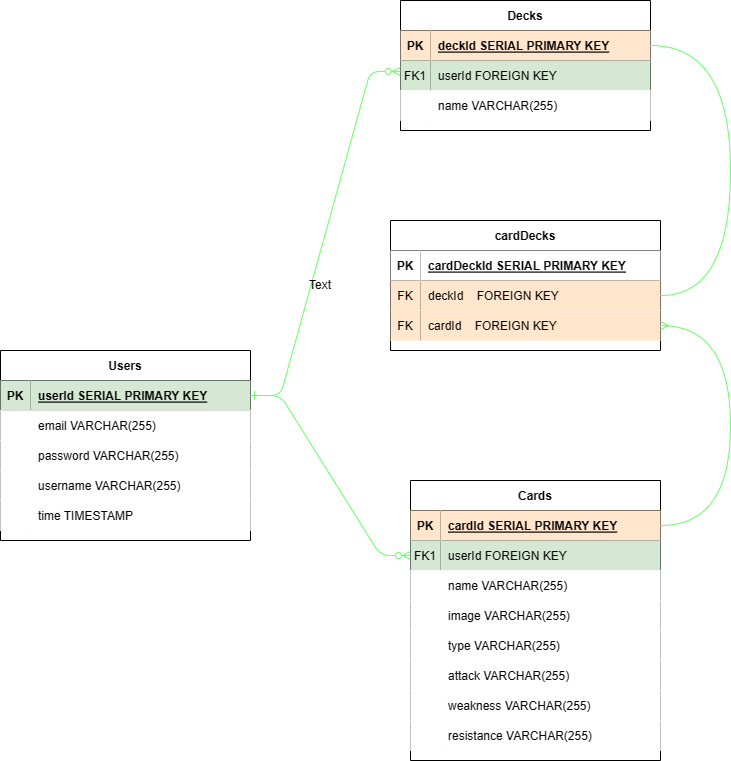
Above: erd.drawio.png in JonDmc/PokeTCG (draw.io), before the change. Source tidied: cells renumbered, new cells last; positions are measured from the earlier drawing's top-left corner, leaving out a move shared by most shapes.
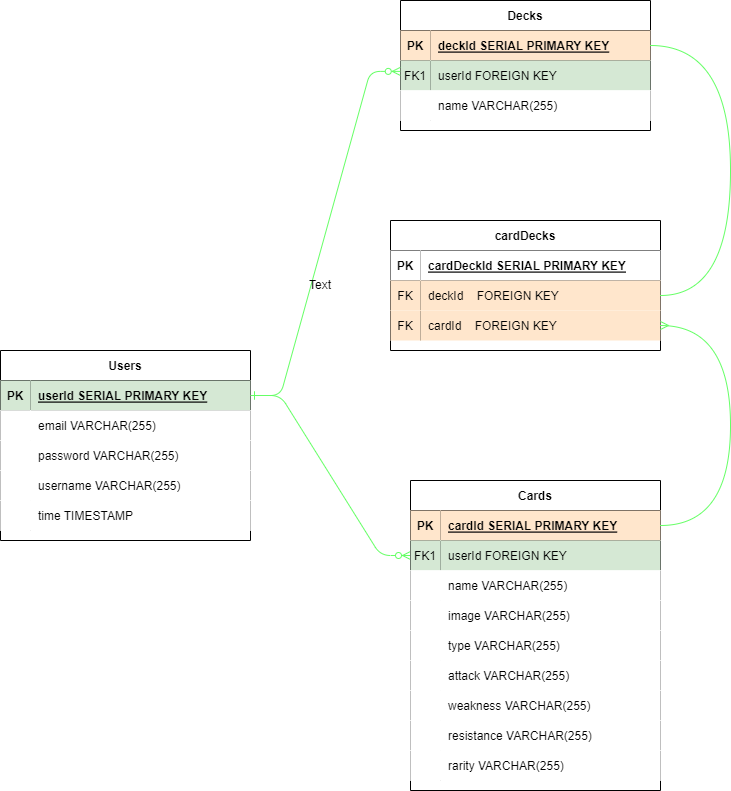
After the commit.

Diff of the diagram source:
```diff
@@ -6,7 +6,7 @@
       <mxGeometry relative="1" as="geometry" />
     </mxCell>
     <mxCell id="3" value="Cards" style="shape=table;startSize=30;rowLines=0;fontStyle=1;align=center;" parent="1" vertex="1">
-      <mxGeometry x="410" y="480" width="250" height="280" as="geometry" />
+      <mxGeometry x="410" y="480" width="250" height="310" as="geometry" />
     </mxCell>
     <mxCell id="4" style="shape=partialRectangle;fillColor=none;points=[[0,0.5],[1,0.5]];portConstraint=eastwest;top=0;left=0;right=0;bottom=1;" parent="3" vertex="1">
       <mxGeometry y="30" width="250" height="30" as="geometry" />
@@ -80,6 +80,15 @@
     <mxCell id="27" value="resistance VARCHAR(255)" style="shape=partialRectangle;top=0;left=0;bottom=0;right=0;align=left;spacingLeft=6;overflow=hidden;" parent="25" vertex="1">
       <mxGeometry x="30" width="220" height="30" as="geometry" />
     </mxCell>
+    <mxCell id="68" style="shape=tableRow;horizontal=0;startSize=0;swimlaneHead=0;swimlaneBody=0;top=0;left=0;right=0;bottom=0;" parent="3" vertex="1">
+      <mxGeometry y="270" width="250" height="30" as="geometry" />
+    </mxCell>
+    <mxCell id="69" style="shape=partialRectangle;top=0;left=0;bottom=0;right=0;overflow=hidden;" parent="68" vertex="1">
+      <mxGeometry width="30" height="30" as="geometry" />
+    </mxCell>
+    <mxCell id="70" value="rarity VARCHAR(255)" style="shape=partialRectangle;top=0;left=0;bottom=0;right=0;align=left;spacingLeft=6;overflow=hidden;" parent="68" vertex="1">
+      <mxGeometry x="30" width="220" height="30" as="geometry" />
+    </mxCell>
     <mxCell id="28" value="Decks" style="shape=table;startSize=30;rowLines=0;fontStyle=1;align=center;" parent="1" vertex="1">
       <mxGeometry x="400" width="250" height="130" as="geometry" />
     </mxCell>
```
